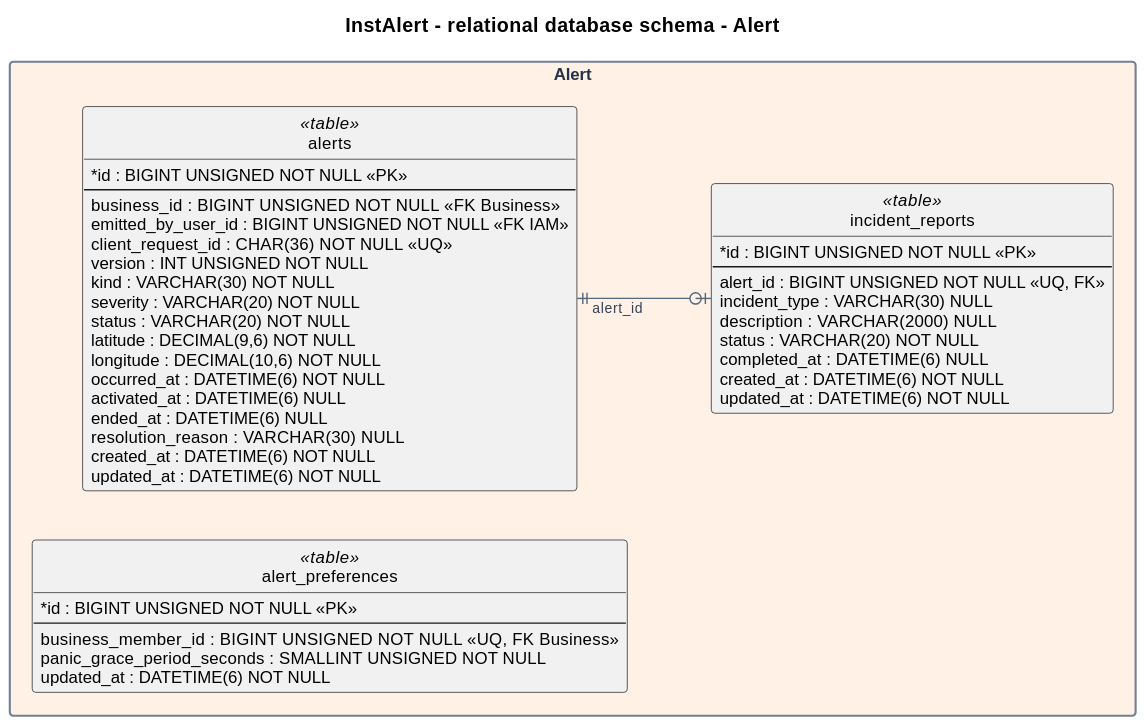
Earlier version of the PlantUML export assets/Chapter4/database-diagrams/alert.svg (LosIncreiblesCorp/losIncreibles-project-report).
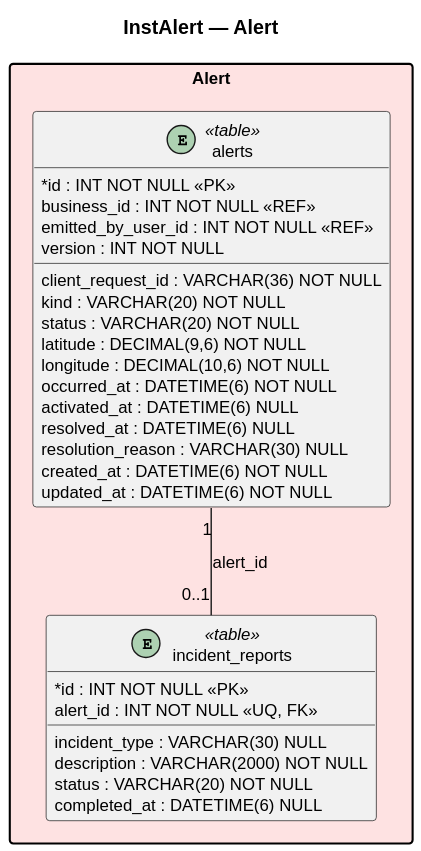
After the change.

Commit message:
docs(chapter4): add profiles and dashboard database diagrams

Change to the diagram source:
```diff
@@ -1,61 +1,38 @@
 @startuml
-left to right direction
 skinparam shadowing false
+skinparam classAttributeIconSize 0
 skinparam packageStyle rectangle
-skinparam packageBorderColor #718096
-skinparam packageFontColor #243347
-skinparam entityBackgroundColor #FFFFFF
-skinparam entityBorderColor #64748B
-skinparam entityFontColor #111827
-skinparam entityAttributeFontColor #334155
-skinparam classAttributeIconSize 0
-skinparam defaultFontName Arial
+skinparam linetype polyline
+skinparam defaultFontName SansSerif
 skinparam defaultFontSize 12
-skinparam ArrowColor #52677C
-skinparam ArrowFontColor #334155
-skinparam ArrowFontSize 10
-skinparam linetype ortho
-hide methods
-hide circle
-title InstAlert - relational database schema - Alert
-package "Alert" as alertContext #FFF1E5 {
-  entity "alerts" as alerts <<table>> {
-    *id : BIGINT UNSIGNED NOT NULL <<PK>>
-    --
-    business_id : BIGINT UNSIGNED NOT NULL <<FK Business>>
-    emitted_by_user_id : BIGINT UNSIGNED NOT NULL <<FK IAM>>
-    client_request_id : CHAR(36) NOT NULL <<UQ>>
-    version : INT UNSIGNED NOT NULL
-    kind : VARCHAR(30) NOT NULL
-    severity : VARCHAR(20) NOT NULL
-    status : VARCHAR(20) NOT NULL
-    latitude : DECIMAL(9,6) NOT NULL
-    longitude : DECIMAL(10,6) NOT NULL
-    occurred_at : DATETIME(6) NOT NULL
-    activated_at : DATETIME(6) NULL
-    ended_at : DATETIME(6) NULL
-    resolution_reason : VARCHAR(30) NULL
-    created_at : DATETIME(6) NOT NULL
-    updated_at : DATETIME(6) NOT NULL
-  }
-  entity "incident_reports" as incidentReports <<table>> {
-    *id : BIGINT UNSIGNED NOT NULL <<PK>>
-    --
-    alert_id : BIGINT UNSIGNED NOT NULL <<UQ, FK>>
-    incident_type : VARCHAR(30) NULL
-    description : VARCHAR(2000) NULL
-    status : VARCHAR(20) NOT NULL
-    completed_at : DATETIME(6) NULL
-    created_at : DATETIME(6) NOT NULL
-    updated_at : DATETIME(6) NOT NULL
-  }
-  entity "alert_preferences" as alertPreferences <<table>> {
-    *id : BIGINT UNSIGNED NOT NULL <<PK>>
-    --
-    business_member_id : BIGINT UNSIGNED NOT NULL <<UQ, FK Business>>
-    panic_grace_period_seconds : SMALLINT UNSIGNED NOT NULL
-    updated_at : DATETIME(6) NOT NULL
-  }
+hide empty members
+title InstAlert — Alert
+package "Alert" #FEE2E2 {
+entity "alerts" as alerts <<table>> {
+* id : INT NOT NULL <<PK>>
+  business_id : INT NOT NULL <<REF>>
+  emitted_by_user_id : INT NOT NULL <<REF>>
+  client_request_id : VARCHAR(36) NOT NULL
+  kind : VARCHAR(20) NOT NULL
+  status : VARCHAR(20) NOT NULL
+  latitude : DECIMAL(9,6) NOT NULL
+  longitude : DECIMAL(10,6) NOT NULL
+  occurred_at : DATETIME(6) NOT NULL
+  activated_at : DATETIME(6) NULL
+  resolved_at : DATETIME(6) NULL
+  resolution_reason : VARCHAR(30) NULL
+  version : INT NOT NULL
+  created_at : DATETIME(6) NOT NULL
+  updated_at : DATETIME(6) NOT NULL
 }
-alerts ||--o| incidentReports : alert_id
+entity "incident_reports" as incident_reports <<table>> {
+* id : INT NOT NULL <<PK>>
+  alert_id : INT NOT NULL <<UQ, FK>>
+  incident_type : VARCHAR(30) NULL
+  description : VARCHAR(2000) NOT NULL
+  status : VARCHAR(20) NOT NULL
+  completed_at : DATETIME(6) NULL
+}
+}
+alerts "1" -- "0..1" incident_reports : alert_id
 @enduml
```
